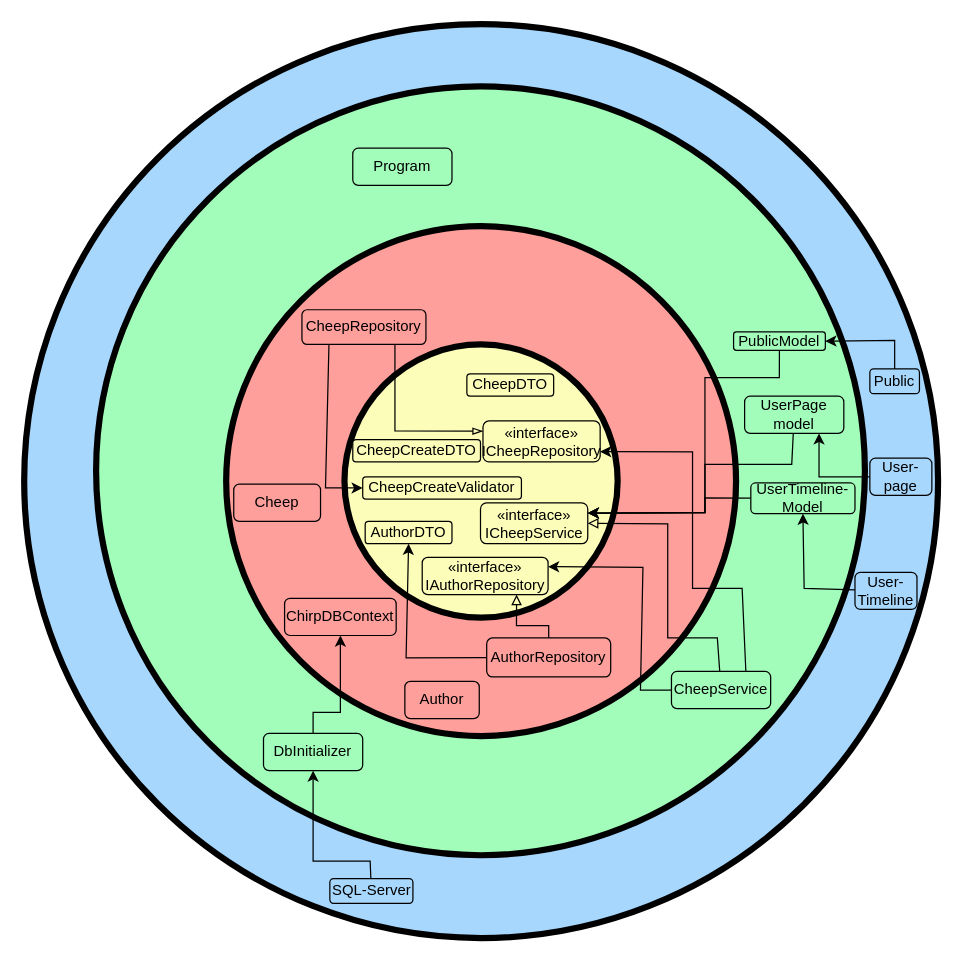
Before: Docs/Images/OnionClassDiagram.drawio in ITU-BDSA23-GROUP4/Chirp, a draw.io diagram. Source tidied: cells renumbered, new cells numbered last; positions are measured from the earlier drawing's top-left corner, leaving out a move shared by most shapes. Both pictures are drawn from the tidied source at 124%, with x=0, y=0 at pixel (24, 24).
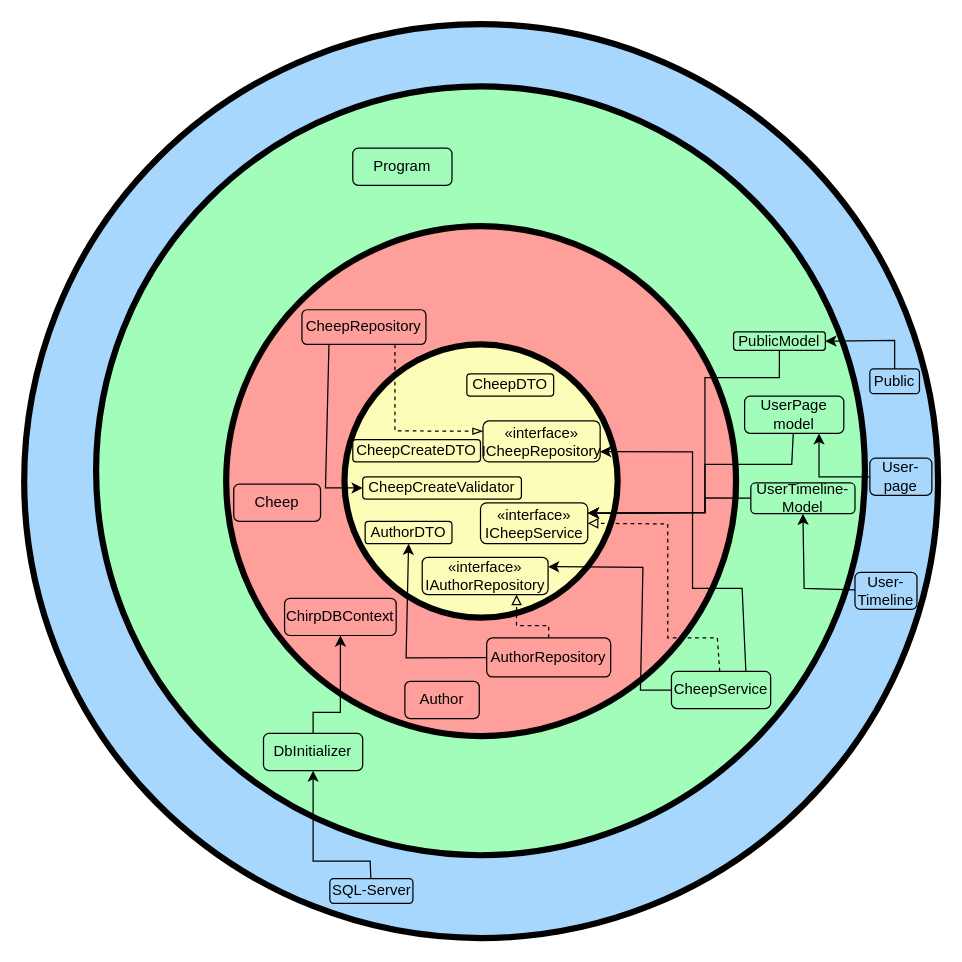
The same diagram, later.

Commit message:
Corrected arrows

Unchanged cells that the change refers to:
```xml
<mxCell id="8" value="&lt;span style=&quot;color: rgb(0, 0, 0);&quot;&gt;«interface»&lt;br&gt;&lt;/span&gt;&lt;font color=&quot;#000000&quot;&gt;ICheepRepository&lt;br&gt;&lt;/font&gt;" style="rounded=1;whiteSpace=wrap;html=1;strokeColor=#000000;strokeWidth=1;fillColor=#FCFDB9;" parent="1" vertex="1">
  <mxGeometry x="370" y="320" width="94.5" height="33" as="geometry" />
</mxCell>
<mxCell id="9" value="&lt;span style=&quot;color: rgb(0, 0, 0);&quot;&gt;«interface»&lt;br&gt;&lt;/span&gt;&lt;font color=&quot;#000000&quot;&gt;IAuthorRepository&lt;br&gt;&lt;/font&gt;" style="rounded=1;whiteSpace=wrap;html=1;strokeColor=#000000;strokeWidth=1;fillColor=#FCFDB9;" parent="1" vertex="1">
  <mxGeometry x="321" y="430" width="101.5" height="30" as="geometry" />
</mxCell>
<mxCell id="10" value="&lt;span style=&quot;color: rgb(0, 0, 0);&quot;&gt;«interface»&lt;br&gt;&lt;/span&gt;&lt;font color=&quot;#000000&quot;&gt;ICheepService&lt;br&gt;&lt;/font&gt;" style="rounded=1;whiteSpace=wrap;html=1;strokeColor=#000000;strokeWidth=1;fillColor=#FCFDB9;" parent="1" vertex="1">
  <mxGeometry x="368" y="386" width="86.5" height="33" as="geometry" />
</mxCell>
<mxCell id="13" value="&lt;font color=&quot;#000000&quot;&gt;CheepRepository&lt;br&gt;&lt;/font&gt;" style="rounded=1;whiteSpace=wrap;html=1;strokeColor=#000000;strokeWidth=1;fillColor=#FE9F9B;" parent="1" vertex="1">
  <mxGeometry x="224" y="230.3" width="100" height="28" as="geometry" />
</mxCell>
<mxCell id="16" value="&lt;font color=&quot;#000000&quot;&gt;AuthorRepository&lt;br&gt;&lt;/font&gt;" style="rounded=1;whiteSpace=wrap;html=1;strokeColor=#000000;strokeWidth=1;fillColor=#FE9F9B;" parent="1" vertex="1">
  <mxGeometry x="373" y="495" width="100" height="31.4" as="geometry" />
</mxCell>
<mxCell id="27" value="&lt;font color=&quot;#000000&quot;&gt;CheepService&lt;br&gt;&lt;/font&gt;" style="rounded=1;whiteSpace=wrap;html=1;strokeColor=#000000;strokeWidth=1;fillColor=#A2FDBA;fontStyle=0;" parent="1" vertex="1">
  <mxGeometry x="522" y="522" width="80" height="30" as="geometry" />
</mxCell>
```

What changed in the source:
```diff
@@
-    <mxCell id="11" style="edgeStyle=none;rounded=0;html=1;entryX=0;entryY=0.25;entryDx=0;entryDy=0;strokeColor=#000000;endArrow=blockThin;endFill=0;exitX=0.75;exitY=1;exitDx=0;exitDy=0;" parent="1" edge="1" source="13" target="8">
+    <mxCell id="11" style="edgeStyle=none;rounded=0;html=1;entryX=0;entryY=0.25;entryDx=0;entryDy=0;strokeColor=#000000;endArrow=blockThin;endFill=0;exitX=0.75;exitY=1;exitDx=0;exitDy=0;dashed=1;" parent="1" edge="1" source="13" target="8">
       <mxGeometry relative="1" as="geometry">
         <Array as="points">
           <mxPoint x="299" y="328" />
         </Array>
       </mxGeometry>
     </mxCell>
@@
-    <mxCell id="14" style="edgeStyle=none;rounded=0;html=1;entryX=0.75;entryY=1;entryDx=0;entryDy=0;strokeColor=#000000;endArrow=block;endFill=0;" parent="1" edge="1" source="16" target="9">
+    <mxCell id="14" style="edgeStyle=none;rounded=0;html=1;entryX=0.75;entryY=1;entryDx=0;entryDy=0;strokeColor=#000000;endArrow=block;endFill=0;dashed=1;" parent="1" edge="1" source="16" target="9">
       <mxGeometry relative="1" as="geometry">
         <Array as="points">
           <mxPoint x="423" y="485" />
           <mxPoint x="397" y="485" />
         </Array>
       </mxGeometry>
     </mxCell>
@@
-    <mxCell id="26" style="edgeStyle=none;rounded=0;html=1;entryX=1;entryY=0.5;entryDx=0;entryDy=0;strokeColor=#000000;endArrow=block;endFill=0;" parent="1" edge="1" source="27" target="10">
+    <mxCell id="26" style="edgeStyle=none;rounded=0;html=1;entryX=1;entryY=0.5;entryDx=0;entryDy=0;strokeColor=#000000;endArrow=block;endFill=0;dashed=1;" parent="1" edge="1" source="27" target="10">
       <mxGeometry relative="1" as="geometry">
         <Array as="points">
           <mxPoint x="559" y="495" />
           <mxPoint x="519" y="495" />
           <mxPoint x="519" y="403" />
         </Array>
       </mxGeometry>
     </mxCell>
```
